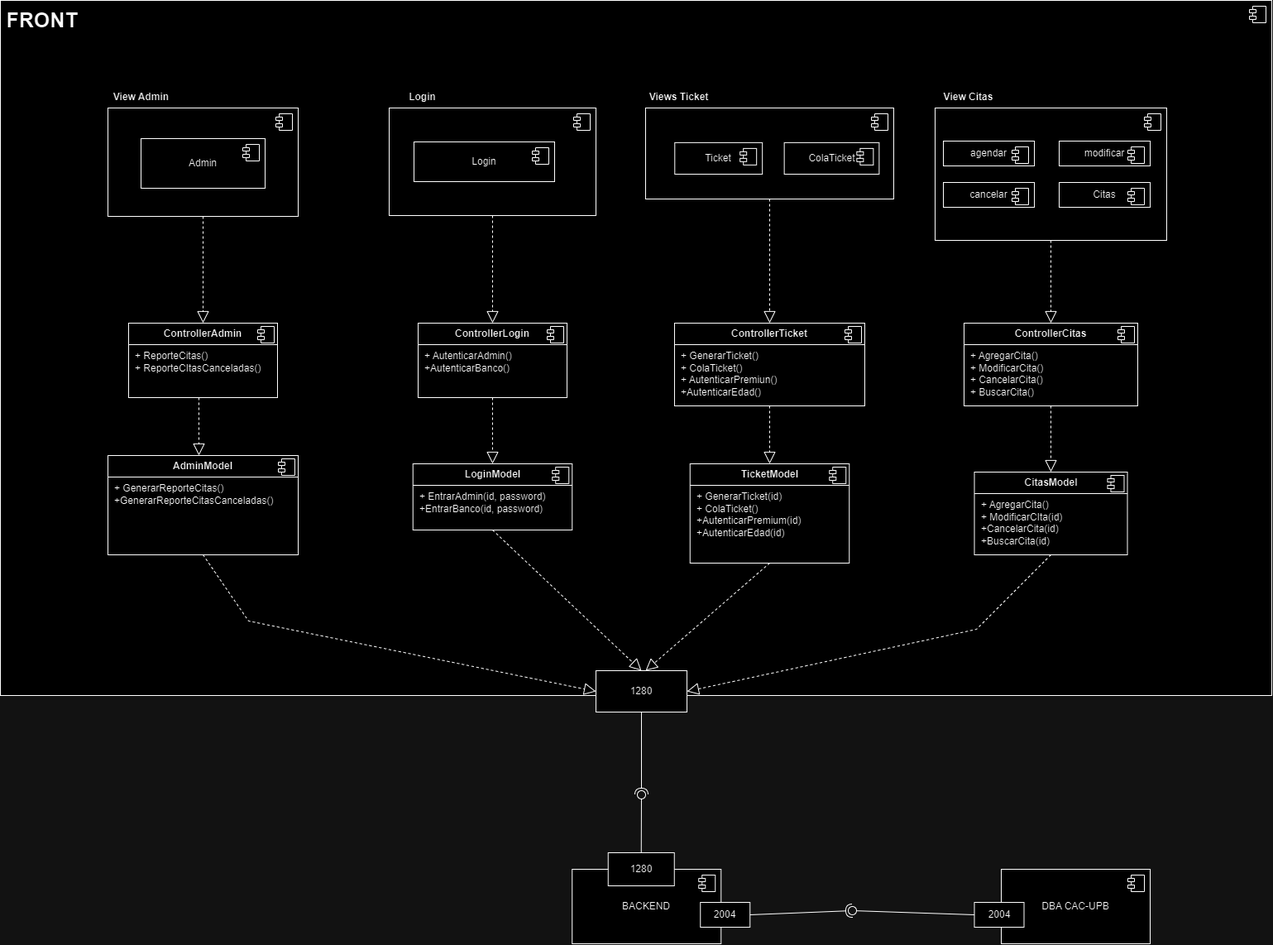
This is docs/Diagrama_Componentes_CAC-UPB.drawio.png from kintanuki/Parcial-web_CAC_UPB, a draw.io export, as it was before one commit. Source tidied: cells renumbered, new cells last; positions are measured from the earlier drawing's top-left corner, leaving out a move shared by most shapes.
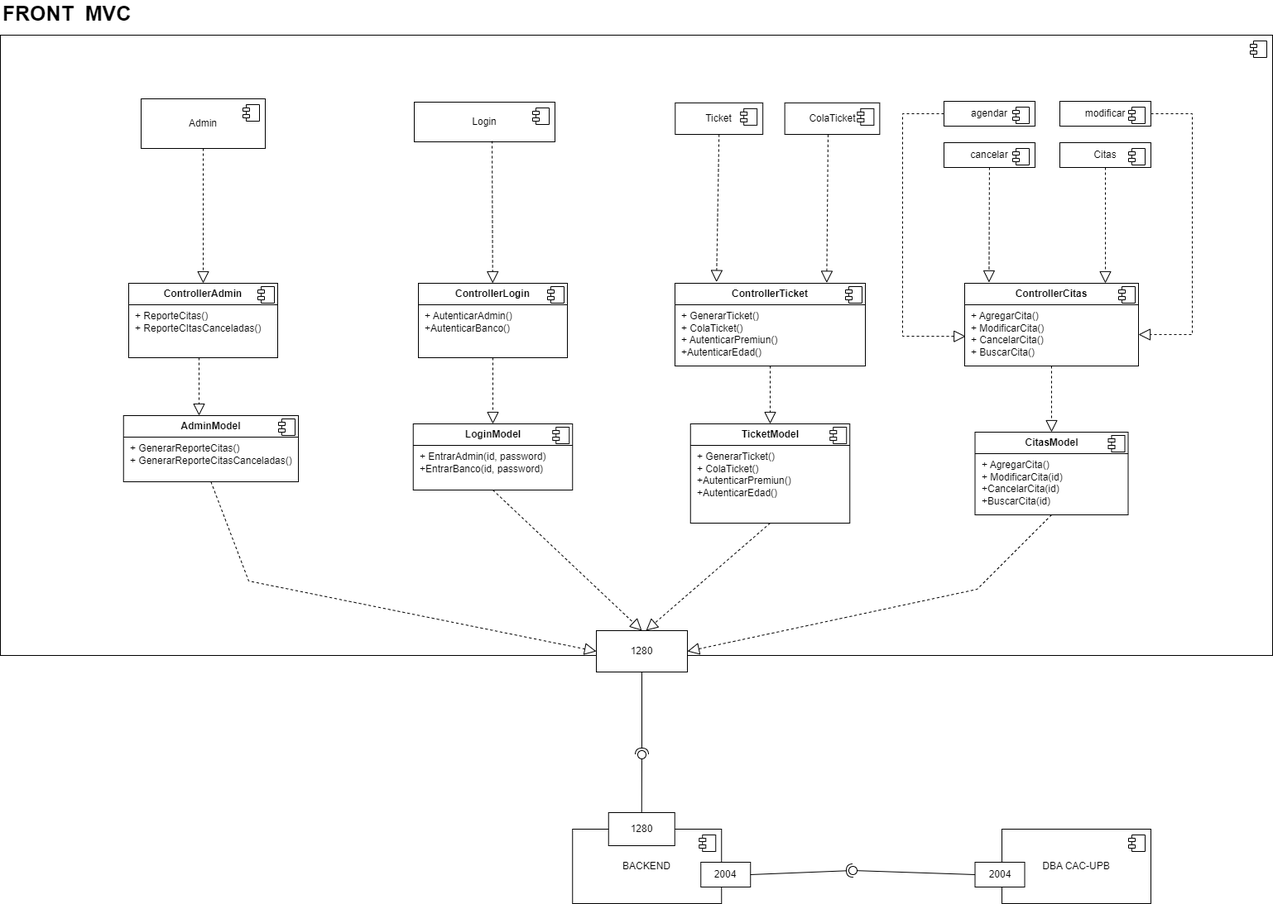
After the commit.

Diff of the diagram source:
```diff
@@ -3,59 +3,13 @@
     <mxCell id="0" />
     <mxCell id="1" parent="0" />
     <mxCell id="2" style="html=1;whiteSpace=wrap;" parent="1" vertex="1">
-      <mxGeometry width="1537" height="840" as="geometry" />
+      <mxGeometry y="90" width="1537" height="750" as="geometry" />
     </mxCell>
     <mxCell id="3" style="shape=module;jettyWidth=8;jettyHeight=4;" parent="2" vertex="1">
       <mxGeometry x="1" width="20" height="20" relative="1" as="geometry">
         <mxPoint x="-27" y="7" as="offset" />
       </mxGeometry>
     </mxCell>
-    <mxCell id="4" style="group;" parent="1" vertex="1">
-      <mxGeometry x="1130" y="104" width="280" height="186" as="geometry" />
-    </mxCell>
-    <mxCell id="5" style="html=1;whiteSpace=wrap;" parent="4" vertex="1">
-      <mxGeometry y="26" width="280" height="160" as="geometry" />
-    </mxCell>
-    <mxCell id="6" style="shape=module;jettyWidth=8;jettyHeight=4;" parent="5" vertex="1">
-      <mxGeometry x="1" width="20" height="20" relative="1" as="geometry">
-        <mxPoint x="-27" y="7" as="offset" />
-      </mxGeometry>
-    </mxCell>
-    <mxCell id="7" value="View Citas" style="text;align=center;fontStyle=1;verticalAlign=middle;spacingLeft=3;spacingRight=3;strokeColor=none;html=1;" parent="4" vertex="1">
-      <mxGeometry width="80" height="26" as="geometry" />
-    </mxCell>
-    <mxCell id="8" value="agendar" style="html=1;whiteSpace=wrap;" parent="4" vertex="1">
-      <mxGeometry x="10" y="66" width="110" height="30" as="geometry" />
-    </mxCell>
-    <mxCell id="9" style="shape=module;jettyWidth=8;jettyHeight=4;" parent="8" vertex="1">
-      <mxGeometry x="1" width="20" height="20" relative="1" as="geometry">
-        <mxPoint x="-27" y="7" as="offset" />
-      </mxGeometry>
-    </mxCell>
-    <mxCell id="10" value="modificar" style="html=1;whiteSpace=wrap;" parent="4" vertex="1">
-      <mxGeometry x="150" y="66" width="110" height="30" as="geometry" />
-    </mxCell>
-    <mxCell id="11" style="shape=module;jettyWidth=8;jettyHeight=4;" parent="10" vertex="1">
-      <mxGeometry x="1" width="20" height="20" relative="1" as="geometry">
-        <mxPoint x="-27" y="7" as="offset" />
-      </mxGeometry>
-    </mxCell>
-    <mxCell id="12" value="cancelar" style="html=1;whiteSpace=wrap;" parent="4" vertex="1">
-      <mxGeometry x="10" y="116" width="110" height="30" as="geometry" />
-    </mxCell>
-    <mxCell id="13" style="shape=module;jettyWidth=8;jettyHeight=4;" parent="12" vertex="1">
-      <mxGeometry x="1" width="20" height="20" relative="1" as="geometry">
-        <mxPoint x="-27" y="7" as="offset" />
-      </mxGeometry>
-    </mxCell>
-    <mxCell id="14" value="Citas" style="html=1;whiteSpace=wrap;" parent="4" vertex="1">
-      <mxGeometry x="150" y="116" width="110" height="30" as="geometry" />
-    </mxCell>
-    <mxCell id="15" style="shape=module;jettyWidth=8;jettyHeight=4;" parent="14" vertex="1">
-      <mxGeometry x="1" width="20" height="20" relative="1" as="geometry">
-        <mxPoint x="-27" y="7" as="offset" />
-      </mxGeometry>
-    </mxCell>
     <mxCell id="16" value="&lt;p style=&quot;margin:0px;margin-top:6px;text-align:center;&quot;&gt;&lt;b&gt;ControllerCitas&lt;/b&gt;&lt;/p&gt;&lt;hr size=&quot;1&quot; style=&quot;border-style:solid;&quot;&gt;&lt;p style=&quot;margin:0px;margin-left:8px;&quot;&gt;+ AgregarCita()&lt;br&gt;+ ModificarCita()&lt;/p&gt;&lt;p style=&quot;margin:0px;margin-left:8px;&quot;&gt;+ CancelarCita()&lt;/p&gt;&lt;p style=&quot;margin:0px;margin-left:8px;&quot;&gt;+ BuscarCita()&lt;/p&gt;" style="align=left;overflow=fill;html=1;whiteSpace=wrap;" parent="1" vertex="1">
       <mxGeometry x="1165" y="390" width="210" height="100" as="geometry" />
     </mxCell>
@@ -64,42 +18,9 @@
         <mxPoint x="-24" y="4" as="offset" />
       </mxGeometry>
     </mxCell>
-    <mxCell id="18" style="endArrow=block;dashed=1;endFill=0;endSize=12;html=1;rounded=0;exitX=0.5;exitY=1;exitDx=0;exitDy=0;entryX=0.5;entryY=0;entryDx=0;entryDy=0;" parent="1" edge="1" source="5" target="16">
+    <mxCell id="18" style="endArrow=block;dashed=1;endFill=0;endSize=12;html=1;rounded=0;entryX=0.14;entryY=-0.01;entryDx=0;entryDy=0;entryPerimeter=0;" parent="1" edge="1" source="12" target="16">
       <mxGeometry relative="1" as="geometry" />
     </mxCell>
-    <mxCell id="19" style="group;" parent="1" vertex="1">
-      <mxGeometry x="780" y="130" width="300" height="110" as="geometry" />
-    </mxCell>
-    <mxCell id="20" style="group;" parent="19" vertex="1">
-      <mxGeometry width="300" height="110" as="geometry" />
-    </mxCell>
-    <mxCell id="21" style="html=1;whiteSpace=wrap;" parent="20" vertex="1">
-      <mxGeometry width="300" height="110" as="geometry" />
-    </mxCell>
-    <mxCell id="22" style="shape=module;jettyWidth=8;jettyHeight=4;" parent="21" vertex="1">
-      <mxGeometry x="1" width="20" height="20" relative="1" as="geometry">
-        <mxPoint x="-27" y="7" as="offset" />
-      </mxGeometry>
-    </mxCell>
-    <mxCell id="23" value="Ticket" style="html=1;whiteSpace=wrap;" parent="20" vertex="1">
-      <mxGeometry x="35.3" y="41.9" width="105.9" height="38.1" as="geometry" />
-    </mxCell>
-    <mxCell id="24" style="shape=module;jettyWidth=8;jettyHeight=4;" parent="23" vertex="1">
-      <mxGeometry x="1" width="20" height="20" relative="1" as="geometry">
-        <mxPoint x="-27" y="7" as="offset" />
-      </mxGeometry>
-    </mxCell>
-    <mxCell id="25" value="ColaTicket" style="html=1;whiteSpace=wrap;" parent="20" vertex="1">
-      <mxGeometry x="167.7" y="41.9" width="114.7" height="38.1" as="geometry" />
-    </mxCell>
-    <mxCell id="26" style="shape=module;jettyWidth=8;jettyHeight=4;" parent="25" vertex="1">
-      <mxGeometry x="1" width="20" height="20" relative="1" as="geometry">
-        <mxPoint x="-27" y="7" as="offset" />
-      </mxGeometry>
-    </mxCell>
-    <mxCell id="27" value="Views Ticket" style="text;align=center;fontStyle=1;verticalAlign=middle;spacingLeft=3;spacingRight=3;strokeColor=none;html=1;" parent="1" vertex="1">
-      <mxGeometry x="780" y="104" width="80" height="26" as="geometry" />
-    </mxCell>
     <mxCell id="28" value="&lt;p style=&quot;margin:0px;margin-top:6px;text-align:center;&quot;&gt;&lt;b&gt;ControllerTicket&lt;/b&gt;&lt;/p&gt;&lt;hr size=&quot;1&quot; style=&quot;border-style:solid;&quot;&gt;&lt;p style=&quot;margin:0px;margin-left:8px;&quot;&gt;+ GenerarTicket()&lt;br&gt;+ ColaTicket()&lt;/p&gt;&lt;p style=&quot;margin:0px;margin-left:8px;&quot;&gt;+ AutenticarPremiun()&lt;/p&gt;&lt;p style=&quot;margin:0px;margin-left:8px;&quot;&gt;+AutenticarEdad()&lt;/p&gt;" style="align=left;overflow=fill;html=1;whiteSpace=wrap;" parent="1" vertex="1">
       <mxGeometry x="815" y="390" width="230" height="100" as="geometry" />
     </mxCell>
@@ -108,17 +29,9 @@
         <mxPoint x="-24" y="4" as="offset" />
       </mxGeometry>
     </mxCell>
-    <mxCell id="30" style="endArrow=block;dashed=1;endFill=0;endSize=12;html=1;rounded=0;" parent="1" edge="1" source="21" target="28">
+    <mxCell id="30" style="endArrow=block;dashed=1;endFill=0;endSize=12;html=1;rounded=0;exitX=0.5;exitY=1;exitDx=0;exitDy=0;entryX=0.218;entryY=-0.014;entryDx=0;entryDy=0;entryPerimeter=0;" parent="1" edge="1" source="23" target="28">
       <mxGeometry relative="1" as="geometry" />
     </mxCell>
-    <mxCell id="31" style="html=1;whiteSpace=wrap;" parent="1" vertex="1">
-      <mxGeometry x="470" y="130" width="250" height="130" as="geometry" />
-    </mxCell>
-    <mxCell id="32" style="shape=module;jettyWidth=8;jettyHeight=4;" parent="31" vertex="1">
-      <mxGeometry x="1" width="20" height="20" relative="1" as="geometry">
-        <mxPoint x="-27" y="7" as="offset" />
-      </mxGeometry>
-    </mxCell>
     <mxCell id="33" value="Login" style="html=1;whiteSpace=wrap;" parent="1" vertex="1">
       <mxGeometry x="500" y="171" width="170" height="48" as="geometry" />
     </mxCell>
@@ -127,9 +40,6 @@
         <mxPoint x="-27" y="7" as="offset" />
       </mxGeometry>
     </mxCell>
-    <mxCell id="35" value="Login" style="text;align=center;fontStyle=1;verticalAlign=middle;spacingLeft=3;spacingRight=3;strokeColor=none;html=1;" parent="1" vertex="1">
-      <mxGeometry x="470" y="104" width="80" height="26" as="geometry" />
-    </mxCell>
     <mxCell id="36" value="&lt;p style=&quot;margin:0px;margin-top:6px;text-align:center;&quot;&gt;&lt;b&gt;ControllerLogin&lt;/b&gt;&lt;/p&gt;&lt;hr size=&quot;1&quot; style=&quot;border-style:solid;&quot;&gt;&lt;p style=&quot;margin:0px;margin-left:8px;&quot;&gt;+ AutenticarAdmin()&lt;br&gt;&lt;/p&gt;&lt;p style=&quot;margin:0px;margin-left:8px;&quot;&gt;+AutenticarBanco()&lt;/p&gt;" style="align=left;overflow=fill;html=1;whiteSpace=wrap;" parent="1" vertex="1">
       <mxGeometry x="505" y="390" width="180" height="90" as="geometry" />
     </mxCell>
@@ -138,18 +48,10 @@
         <mxPoint x="-24" y="4" as="offset" />
       </mxGeometry>
     </mxCell>
-    <mxCell id="38" style="endArrow=block;dashed=1;endFill=0;endSize=12;html=1;rounded=0;exitX=0.5;exitY=1;exitDx=0;exitDy=0;" parent="1" edge="1" source="31" target="36">
+    <mxCell id="38" style="endArrow=block;dashed=1;endFill=0;endSize=12;html=1;rounded=0;exitX=0.553;exitY=0.979;exitDx=0;exitDy=0;exitPerimeter=0;" parent="1" edge="1" source="33" target="36">
       <mxGeometry relative="1" as="geometry" />
     </mxCell>
-    <mxCell id="39" style="html=1;whiteSpace=wrap;" parent="1" vertex="1">
-      <mxGeometry x="130" y="130" width="230" height="131" as="geometry" />
-    </mxCell>
-    <mxCell id="40" style="shape=module;jettyWidth=8;jettyHeight=4;" parent="39" vertex="1">
-      <mxGeometry x="1" width="20" height="20" relative="1" as="geometry">
-        <mxPoint x="-27" y="7" as="offset" />
-      </mxGeometry>
-    </mxCell>
-    <mxCell id="41" value="&lt;p style=&quot;margin:0px;margin-top:6px;text-align:center;&quot;&gt;&lt;b&gt;CitasModel&lt;/b&gt;&lt;/p&gt;&lt;hr size=&quot;1&quot; style=&quot;border-style:solid;&quot;&gt;&lt;p style=&quot;margin:0px;margin-left:8px;&quot;&gt;+ AgregarCita()&lt;br&gt;&lt;/p&gt;&lt;p style=&quot;margin:0px;margin-left:8px;&quot;&gt;+ ModificarCIta(id)&lt;/p&gt;&lt;p style=&quot;margin:0px;margin-left:8px;&quot;&gt;+CancelarCita(id)&lt;/p&gt;&lt;p style=&quot;margin:0px;margin-left:8px;&quot;&gt;+BuscarCita(id)&lt;/p&gt;" style="align=left;overflow=fill;html=1;whiteSpace=wrap;" parent="1" vertex="1">
+    <mxCell id="41" value="&lt;p style=&quot;margin:0px;margin-top:6px;text-align:center;&quot;&gt;&lt;b&gt;CitasModel&lt;/b&gt;&lt;/p&gt;&lt;hr size=&quot;1&quot; style=&quot;border-style:solid;&quot;&gt;&lt;p style=&quot;margin:0px;margin-left:8px;&quot;&gt;+ AgregarCita()&lt;br&gt;&lt;/p&gt;&lt;p style=&quot;margin:0px;margin-left:8px;&quot;&gt;+ ModificarCita(id)&lt;/p&gt;&lt;p style=&quot;margin:0px;margin-left:8px;&quot;&gt;+CancelarCita(id)&lt;/p&gt;&lt;p style=&quot;margin:0px;margin-left:8px;&quot;&gt;+BuscarCita(id)&lt;/p&gt;" style="align=left;overflow=fill;html=1;whiteSpace=wrap;" parent="1" vertex="1">
       <mxGeometry x="1177.5" y="570" width="185" height="100" as="geometry" />
     </mxCell>
     <mxCell id="42" style="shape=component;jettyWidth=8;jettyHeight=4;" parent="41" vertex="1">
@@ -160,7 +62,7 @@
     <mxCell id="43" style="endArrow=block;dashed=1;endFill=0;endSize=12;html=1;rounded=0;exitX=0.5;exitY=1;exitDx=0;exitDy=0;" parent="1" edge="1" source="16" target="41">
       <mxGeometry relative="1" as="geometry" />
     </mxCell>
-    <mxCell id="44" value="&lt;p style=&quot;margin:0px;margin-top:6px;text-align:center;&quot;&gt;&lt;b&gt;TicketModel&lt;/b&gt;&lt;/p&gt;&lt;hr size=&quot;1&quot; style=&quot;border-style:solid;&quot;&gt;&lt;p style=&quot;margin:0px;margin-left:8px;&quot;&gt;+ GenerarTicket(id)&lt;/p&gt;&lt;p style=&quot;margin:0px;margin-left:8px;&quot;&gt;+ ColaTicket()&lt;/p&gt;&lt;p style=&quot;margin:0px;margin-left:8px;&quot;&gt;+AutenticarPremium(id)&lt;/p&gt;&lt;p style=&quot;margin:0px;margin-left:8px;&quot;&gt;+AutenticarEdad(id)&lt;/p&gt;" style="align=left;overflow=fill;html=1;whiteSpace=wrap;" parent="1" vertex="1">
+    <mxCell id="44" value="&lt;p style=&quot;margin:0px;margin-top:6px;text-align:center;&quot;&gt;&lt;b&gt;TicketModel&lt;/b&gt;&lt;/p&gt;&lt;hr size=&quot;1&quot; style=&quot;border-style:solid;&quot;&gt;&lt;p style=&quot;margin:0px;margin-left:8px;&quot;&gt;+ GenerarTicket()&lt;/p&gt;&lt;p style=&quot;margin:0px;margin-left:8px;&quot;&gt;+ ColaTicket()&lt;/p&gt;&lt;p style=&quot;margin:0px;margin-left:8px;&quot;&gt;+AutenticarPremiun()&lt;/p&gt;&lt;p style=&quot;margin:0px;margin-left:8px;&quot;&gt;+AutenticarEdad()&lt;/p&gt;" style="align=left;overflow=fill;html=1;whiteSpace=wrap;" parent="1" vertex="1">
       <mxGeometry x="833.8" y="560" width="192.5" height="120" as="geometry" />
     </mxCell>
     <mxCell id="45" style="shape=component;jettyWidth=8;jettyHeight=4;" parent="44" vertex="1">
@@ -179,9 +81,6 @@
         <mxPoint x="-24" y="4" as="offset" />
       </mxGeometry>
     </mxCell>
-    <mxCell id="49" value="View Admin" style="text;align=center;fontStyle=1;verticalAlign=middle;spacingLeft=3;spacingRight=3;strokeColor=none;html=1;" parent="1" vertex="1">
-      <mxGeometry x="130" y="104" width="80" height="26" as="geometry" />
-    </mxCell>
     <mxCell id="50" value="Admin" style="html=1;whiteSpace=wrap;" parent="1" vertex="1">
       <mxGeometry x="170" y="167" width="150" height="60" as="geometry" />
     </mxCell>
@@ -198,15 +97,15 @@
         <mxPoint x="-24" y="4" as="offset" />
       </mxGeometry>
     </mxCell>
-    <mxCell id="54" value="&lt;p style=&quot;margin:0px;margin-top:6px;text-align:center;&quot;&gt;&lt;b&gt;AdminModel&lt;/b&gt;&lt;/p&gt;&lt;hr size=&quot;1&quot; style=&quot;border-style:solid;&quot;&gt;&lt;p style=&quot;margin:0px;margin-left:8px;&quot;&gt;+ GenerarReporteCitas()&lt;/p&gt;&lt;p style=&quot;margin:0px;margin-left:8px;&quot;&gt;+GenerarReporteCitasCanceladas()&lt;/p&gt;" style="align=left;overflow=fill;html=1;whiteSpace=wrap;" parent="1" vertex="1">
-      <mxGeometry x="130" y="550" width="230" height="120" as="geometry" />
+    <mxCell id="54" value="&lt;p style=&quot;margin:0px;margin-top:6px;text-align:center;&quot;&gt;&lt;b&gt;AdminModel&lt;/b&gt;&lt;/p&gt;&lt;hr size=&quot;1&quot; style=&quot;border-style:solid;&quot;&gt;&lt;p style=&quot;margin:0px;margin-left:8px;&quot;&gt;+ GenerarReporteCitas()&lt;/p&gt;&lt;p style=&quot;margin:0px;margin-left:8px;&quot;&gt;+ GenerarReporteCitasCanceladas()&lt;/p&gt;" style="align=left;overflow=fill;html=1;whiteSpace=wrap;" parent="1" vertex="1">
+      <mxGeometry x="148.8" y="550" width="211.2" height="80" as="geometry" />
     </mxCell>
     <mxCell id="55" style="shape=component;jettyWidth=8;jettyHeight=4;" parent="54" vertex="1">
       <mxGeometry x="1" width="20" height="20" relative="1" as="geometry">
         <mxPoint x="-24" y="4" as="offset" />
       </mxGeometry>
     </mxCell>
-    <mxCell id="56" style="endArrow=block;dashed=1;endFill=0;endSize=12;html=1;rounded=0;exitX=0.5;exitY=1;exitDx=0;exitDy=0;" parent="1" edge="1" source="39" target="52">
+    <mxCell id="56" style="endArrow=block;dashed=1;endFill=0;endSize=12;html=1;rounded=0;exitX=0.5;exitY=1;exitDx=0;exitDy=0;" parent="1" edge="1" source="50" target="52">
       <mxGeometry relative="1" as="geometry" />
     </mxCell>
     <mxCell id="57" style="endArrow=block;dashed=1;endFill=0;endSize=12;html=1;rounded=0;exitX=0.472;exitY=1;exitDx=0;exitDy=0;exitPerimeter=0;" parent="1" edge="1" source="52">
@@ -293,8 +192,84 @@
     <mxCell id="76" style="ellipse;whiteSpace=wrap;html=1;align=center;fillColor=none;strokeColor=none;perimeter=centerPerimeter;" parent="1" vertex="1">
       <mxGeometry x="1025" y="1030" width="10" height="10" as="geometry" />
     </mxCell>
-    <mxCell id="77" value="FRONT" style="text;align=center;fontStyle=1;verticalAlign=middle;spacingLeft=3;spacingRight=3;strokeColor=none;html=1;fontSize=25;" parent="1" vertex="1">
-      <mxGeometry x="10" y="10" width="80" height="26" as="geometry" />
+    <mxCell id="77" value="FRONT&amp;nbsp; MVC" style="text;align=center;fontStyle=1;verticalAlign=middle;spacingLeft=3;spacingRight=3;strokeColor=none;html=1;fontSize=25;" parent="1" vertex="1">
+      <mxGeometry x="40" y="50" width="80" height="26" as="geometry" />
     </mxCell>
+    <mxCell id="8" value="agendar" style="html=1;whiteSpace=wrap;" parent="1" vertex="1">
+      <mxGeometry x="1140" y="170" width="110" height="30" as="geometry" />
+    </mxCell>
+    <mxCell id="9" style="shape=module;jettyWidth=8;jettyHeight=4;" parent="8" vertex="1">
+      <mxGeometry x="1" width="20" height="20" relative="1" as="geometry">
+        <mxPoint x="-27" y="7" as="offset" />
+      </mxGeometry>
+    </mxCell>
+    <mxCell id="10" value="modificar" style="html=1;whiteSpace=wrap;" parent="1" vertex="1">
+      <mxGeometry x="1280" y="170" width="110" height="30" as="geometry" />
+    </mxCell>
+    <mxCell id="11" style="shape=module;jettyWidth=8;jettyHeight=4;" parent="10" vertex="1">
+      <mxGeometry x="1" width="20" height="20" relative="1" as="geometry">
+        <mxPoint x="-27" y="7" as="offset" />
+      </mxGeometry>
+    </mxCell>
+    <mxCell id="12" value="cancelar" style="html=1;whiteSpace=wrap;" parent="1" vertex="1">
+      <mxGeometry x="1140" y="220" width="110" height="30" as="geometry" />
+    </mxCell>
+    <mxCell id="13" style="shape=module;jettyWidth=8;jettyHeight=4;" parent="12" vertex="1">
+      <mxGeometry x="1" width="20" height="20" relative="1" as="geometry">
+        <mxPoint x="-27" y="7" as="offset" />
+      </mxGeometry>
+    </mxCell>
+    <mxCell id="14" value="Citas" style="html=1;whiteSpace=wrap;" parent="1" vertex="1">
+      <mxGeometry x="1280" y="220" width="110" height="30" as="geometry" />
+    </mxCell>
+    <mxCell id="15" style="shape=module;jettyWidth=8;jettyHeight=4;" parent="14" vertex="1">
+      <mxGeometry x="1" width="20" height="20" relative="1" as="geometry">
+        <mxPoint x="-27" y="7" as="offset" />
+      </mxGeometry>
+    </mxCell>
+    <mxCell id="78" style="endArrow=block;dashed=1;endFill=0;endSize=12;html=1;rounded=0;exitX=0.5;exitY=1;exitDx=0;exitDy=0;" parent="1" edge="1" source="14">
+      <mxGeometry relative="1" as="geometry">
+        <mxPoint x="1335" y="390" as="targetPoint" />
+      </mxGeometry>
+    </mxCell>
+    <mxCell id="79" style="endArrow=block;dashed=1;endFill=0;endSize=12;html=1;rounded=0;exitX=1;exitY=0.5;exitDx=0;exitDy=0;entryX=1;entryY=0.62;entryDx=0;entryDy=0;entryPerimeter=0;" parent="1" edge="1" source="10" target="16">
+      <mxGeometry relative="1" as="geometry">
+        <Array as="points">
+          <mxPoint x="1440" y="185" />
+          <mxPoint x="1440" y="320" />
+          <mxPoint x="1440" y="452" />
+        </Array>
+      </mxGeometry>
+    </mxCell>
+    <mxCell id="80" style="endArrow=block;dashed=1;endFill=0;endSize=12;html=1;rounded=0;exitX=0;exitY=0.5;exitDx=0;exitDy=0;entryX=0.006;entryY=0.642;entryDx=0;entryDy=0;entryPerimeter=0;" parent="1" edge="1" source="8" target="16">
+      <mxGeometry relative="1" as="geometry">
+        <Array as="points">
+          <mxPoint x="1090" y="185" />
+          <mxPoint x="1090" y="454" />
+        </Array>
+      </mxGeometry>
+    </mxCell>
+    <mxCell id="20" style="group;" parent="1" vertex="1">
+      <mxGeometry x="780" y="130" width="300" height="110" as="geometry" />
+    </mxCell>
+    <mxCell id="23" value="Ticket" style="html=1;whiteSpace=wrap;" parent="20" vertex="1">
+      <mxGeometry x="35.3" y="41.9" width="105.9" height="38.1" as="geometry" />
+    </mxCell>
+    <mxCell id="24" style="shape=module;jettyWidth=8;jettyHeight=4;" parent="23" vertex="1">
+      <mxGeometry x="1" width="20" height="20" relative="1" as="geometry">
+        <mxPoint x="-27" y="7" as="offset" />
+      </mxGeometry>
+    </mxCell>
+    <mxCell id="25" value="ColaTicket" style="html=1;whiteSpace=wrap;" parent="20" vertex="1">
+      <mxGeometry x="167.7" y="41.9" width="114.7" height="38.1" as="geometry" />
+    </mxCell>
+    <mxCell id="26" style="shape=module;jettyWidth=8;jettyHeight=4;" parent="25" vertex="1">
+      <mxGeometry x="1" width="20" height="20" relative="1" as="geometry">
+        <mxPoint x="-27" y="7" as="offset" />
+      </mxGeometry>
+    </mxCell>
+    <mxCell id="81" style="endArrow=block;dashed=1;endFill=0;endSize=12;html=1;rounded=0;exitX=0.456;exitY=1.009;exitDx=0;exitDy=0;entryX=0.797;entryY=-0.005;entryDx=0;entryDy=0;entryPerimeter=0;exitPerimeter=0;" parent="1" edge="1" source="25" target="28">
+      <mxGeometry relative="1" as="geometry" />
+    </mxCell>
   </root>
 </mxGraphModel>
```
